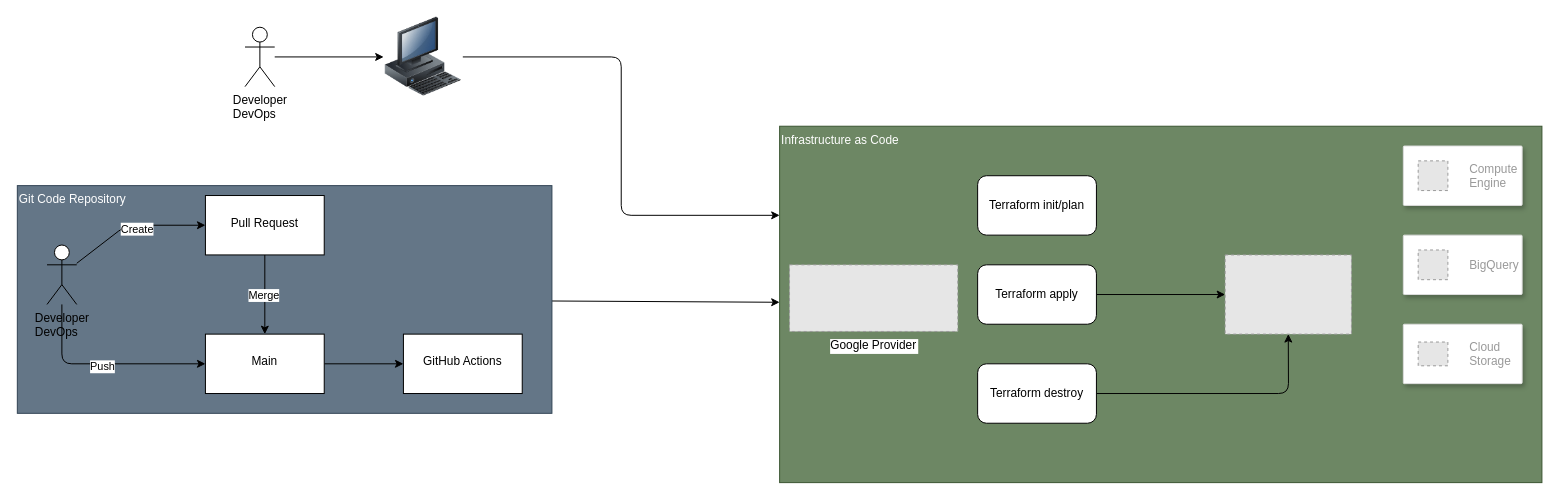
This is deployment.drawio from data-hanalytics-io/terraform, a draw.io file, before an edit. Source tidied: cells renumbered, new cells numbered last; positions are measured from the earlier drawing's top-left corner, leaving out a move shared by most shapes. Both pictures are drawn from the tidied source at 99%, with x=0, y=0 at pixel (17, 17). Pictures stored in the file or linked from it are replaced by grey dashed boxes.
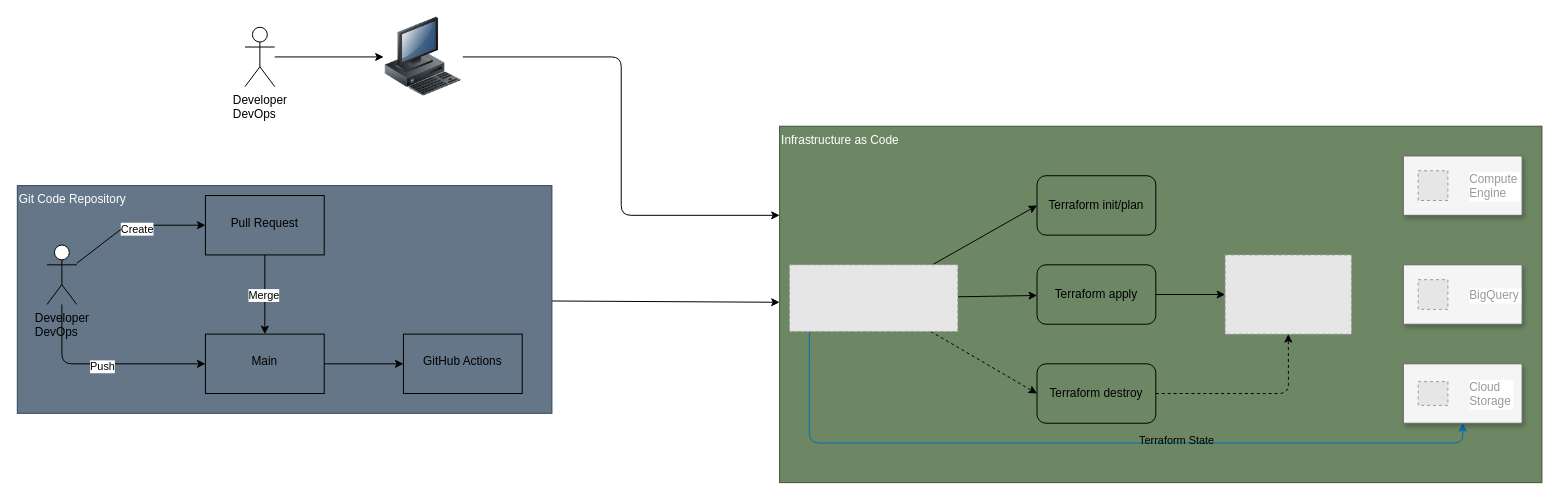
Above is the later version.

Commit message (it also covers changes not shown here):
update bigquery terraform

The change refers to these unchanged cells:
```xml
<mxCell id="11" style="edgeStyle=none;html=1;" parent="1" edge="1" source="13" target="10">
  <mxGeometry relative="1" as="geometry" />
</mxCell>
```

Change to the diagram source:
```diff
@@
-    <mxCell id="10" value="&lt;br&gt;Main" style="whiteSpace=wrap;html=1;verticalAlign=top;" parent="1" vertex="1">
+    <mxCell id="10" value="&lt;br&gt;Main" style="whiteSpace=wrap;html=1;verticalAlign=top;fillColor=none;" parent="1" vertex="1">
       <mxGeometry x="190" y="320" width="120" height="60" as="geometry" />
     </mxCell>
@@
-    <mxCell id="12" value="Merge" style="edgeLabel;html=1;align=center;verticalAlign=middle;" parent="11" vertex="1">
+    <mxCell id="12" value="Merge" style="edgeLabel;html=1;align=center;verticalAlign=middle;labelBackgroundColor=default;labelBorderColor=none;fontColor=default;" parent="11" vertex="1">
       <mxGeometry y="-2" relative="1" as="geometry" />
     </mxCell>
-    <mxCell id="13" value="&lt;br&gt;Pull Request" style="whiteSpace=wrap;html=1;verticalAlign=top;" parent="1" vertex="1">
+    <mxCell id="13" value="&lt;br&gt;Pull Request" style="whiteSpace=wrap;html=1;verticalAlign=top;fillColor=none;" parent="1" vertex="1">
       <mxGeometry x="190" y="180" width="120" height="60" as="geometry" />
     </mxCell>
-    <mxCell id="14" value="&lt;br&gt;GitHub Actions" style="whiteSpace=wrap;html=1;verticalAlign=top;" parent="1" vertex="1">
+    <mxCell id="14" value="&lt;br&gt;GitHub Actions" style="whiteSpace=wrap;html=1;verticalAlign=top;fillColor=none;" parent="1" vertex="1">
       <mxGeometry x="390" y="320" width="120" height="60" as="geometry" />
     </mxCell>
@@
-    <mxCell id="16" value="Terraform init/plan" style="rounded=1;whiteSpace=wrap;html=1;shadow=0;" parent="1" vertex="1">
-      <mxGeometry x="970" y="160" width="120" height="60" as="geometry" />
+    <mxCell id="16" value="Terraform init/plan" style="rounded=1;whiteSpace=wrap;html=1;shadow=0;fillColor=none;" parent="1" vertex="1">
+      <mxGeometry x="1030" y="160" width="120" height="60" as="geometry" />
     </mxCell>
@@
-    <mxCell id="18" value="Terraform apply" style="rounded=1;whiteSpace=wrap;html=1;shadow=0;" parent="1" vertex="1">
-      <mxGeometry x="970" y="250" width="120" height="60" as="geometry" />
+    <mxCell id="18" value="Terraform apply" style="rounded=1;whiteSpace=wrap;html=1;shadow=0;fillColor=none;" parent="1" vertex="1">
+      <mxGeometry x="1030" y="250" width="120" height="60" as="geometry" />
     </mxCell>
-    <mxCell id="19" style="edgeStyle=none;html=1;entryX=0.5;entryY=1;entryDx=0;entryDy=0;" parent="1" edge="1" source="20" target="22">
+    <mxCell id="19" style="edgeStyle=none;html=1;entryX=0.5;entryY=1;entryDx=0;entryDy=0;dashed=1;" parent="1" edge="1" source="20" target="22">
       <mxGeometry relative="1" as="geometry">
         <Array as="points">
           <mxPoint x="1284" y="380" />
         </Array>
       </mxGeometry>
     </mxCell>
-    <mxCell id="20" value="Terraform destroy" style="rounded=1;whiteSpace=wrap;html=1;shadow=0;" parent="1" vertex="1">
-      <mxGeometry x="970" y="350" width="120" height="60" as="geometry" />
+    <mxCell id="20" value="Terraform destroy" style="rounded=1;whiteSpace=wrap;html=1;shadow=0;fillColor=none;" parent="1" vertex="1">
+      <mxGeometry x="1030" y="350" width="120" height="60" as="geometry" />
     </mxCell>
-    <mxCell id="21" value="Google Provider" style="fillColor=#E6E6E6;strokeColor=#999999;dashed=1;verticalLabelPosition=bottom;labelBackgroundColor=default;verticalAlign=top;" parent="1" vertex="1">
-      <mxGeometry x="780" y="250" width="170" height="67.3" as="geometry" />
-    </mxCell>
-    <mxCell id="22" style="fillColor=#E6E6E6;strokeColor=#999999;dashed=1;verticalLabelPosition=bottom;labelBackgroundColor=default;verticalAlign=top;" parent="1" vertex="1">
-      <mxGeometry x="1220" y="240" width="127.6" height="80" as="geometry" />
-    </mxCell>
+    <mxCell id="33" style="edgeStyle=none;html=1;entryX=0;entryY=0.5;entryDx=0;entryDy=0;labelBackgroundColor=#FFFFFF;" parent="1" edge="1" source="21" target="16">
+      <mxGeometry relative="1" as="geometry" />
+    </mxCell>
+    <mxCell id="34" style="edgeStyle=none;html=1;labelBackgroundColor=#FFFFFF;" parent="1" edge="1" source="21" target="18">
+      <mxGeometry relative="1" as="geometry" />
+    </mxCell>
+    <mxCell id="35" style="edgeStyle=none;html=1;entryX=0;entryY=0.5;entryDx=0;entryDy=0;labelBackgroundColor=#FFFFFF;dashed=1;" parent="1" edge="1" source="21" target="20">
+      <mxGeometry relative="1" as="geometry" />
+    </mxCell>
+    <mxCell id="36" style="edgeStyle=none;html=1;entryX=0.5;entryY=1;entryDx=0;entryDy=0;labelBackgroundColor=#FFFFFF;exitX=0.118;exitY=1.01;exitDx=0;exitDy=0;fillColor=#1ba1e2;strokeColor=#006EAF;exitPerimeter=0;" parent="1" edge="1" source="21" target="25">
+      <mxGeometry relative="1" as="geometry">
+        <Array as="points">
+          <mxPoint x="800" y="430" />
+          <mxPoint x="1460" y="430" />
+        </Array>
+      </mxGeometry>
+    </mxCell>
+    <mxCell id="37" value="Terraform State" style="edgeLabel;html=1;align=center;verticalAlign=middle;labelBackgroundColor=none;" parent="36" vertex="1">
+      <mxGeometry x="0.22" y="4" relative="1" as="geometry" />
+    </mxCell>
-    <mxCell id="23" style="strokeColor=#dddddd;shadow=1;strokeWidth=1;rounded=1;absoluteArcSize=1;arcSize=2;" parent="1" vertex="1">
-      <mxGeometry x="1400" y="220" width="120" height="60" as="geometry" />
+    <mxCell id="23" style="strokeColor=#666666;shadow=1;strokeWidth=1;rounded=1;absoluteArcSize=1;arcSize=2;fillColor=#f5f5f5;fontColor=#333333;" parent="1" vertex="1">
+      <mxGeometry x="1400" y="250" width="120" height="60" as="geometry" />
     </mxCell>
@@
-    <mxCell id="25" style="strokeColor=#dddddd;shadow=1;strokeWidth=1;rounded=1;absoluteArcSize=1;arcSize=2;" parent="1" vertex="1">
-      <mxGeometry x="1400" y="310" width="120" height="60" as="geometry" />
+    <mxCell id="25" style="strokeColor=#666666;shadow=1;strokeWidth=1;rounded=1;absoluteArcSize=1;arcSize=2;fillColor=#f5f5f5;fontColor=#333333;" parent="1" vertex="1">
+      <mxGeometry x="1400" y="350" width="120" height="60" as="geometry" />
     </mxCell>
@@
-    <mxCell id="27" style="strokeColor=#dddddd;shadow=1;strokeWidth=1;rounded=1;absoluteArcSize=1;arcSize=2;" parent="1" vertex="1">
-      <mxGeometry x="1400" y="130" width="120" height="60" as="geometry" />
+    <mxCell id="27" style="strokeColor=#666666;shadow=1;strokeWidth=1;rounded=1;absoluteArcSize=1;arcSize=2;fillColor=#f5f5f5;fontColor=#333333;" parent="1" vertex="1">
+      <mxGeometry x="1400" y="140" width="120" height="60" as="geometry" />
     </mxCell>
@@
+    <mxCell id="21" style="fillColor=#E6E6E6;strokeColor=#999999;dashed=1;verticalLabelPosition=bottom;labelBackgroundColor=default;verticalAlign=top;" parent="1" vertex="1">
+      <mxGeometry x="780" y="250" width="170" height="67.3" as="geometry" />
+    </mxCell>
+    <mxCell id="22" style="fillColor=#E6E6E6;strokeColor=#999999;dashed=1;verticalLabelPosition=bottom;labelBackgroundColor=default;verticalAlign=top;fontColor=default;" parent="1" vertex="1">
+      <mxGeometry x="1220" y="240" width="127.6" height="80" as="geometry" />
+    </mxCell>
```
